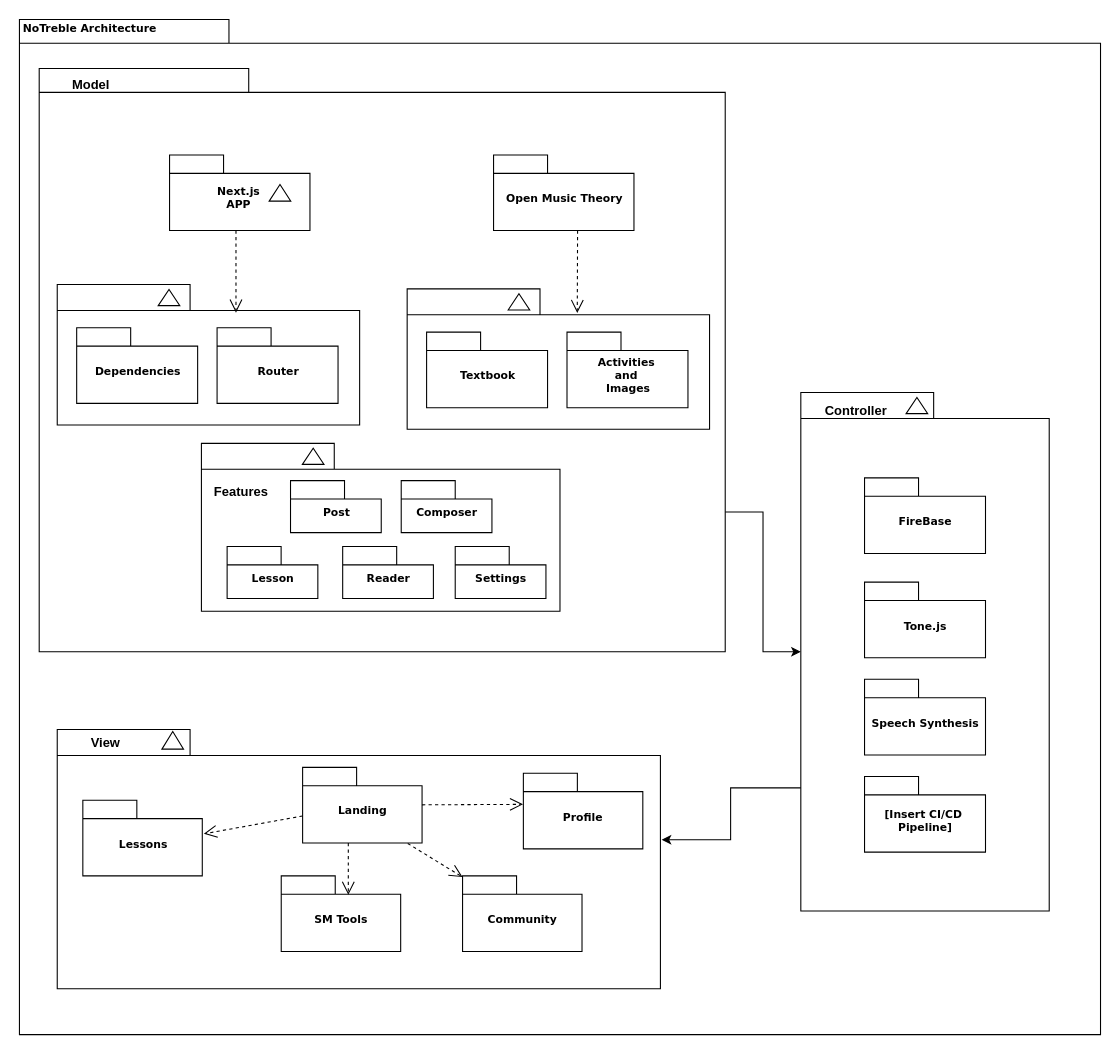
Before: uml_diagrams/Website Architecture Diagram.drawio in simchildress/NoTrebleTesting, a draw.io diagram. Source tidied: cells renumbered, new cells numbered last; positions are measured from the earlier drawing's top-left corner, leaving out a move shared by most shapes. Both pictures are drawn from the tidied source at 108%, with x=0, y=0 at pixel (18, 18).
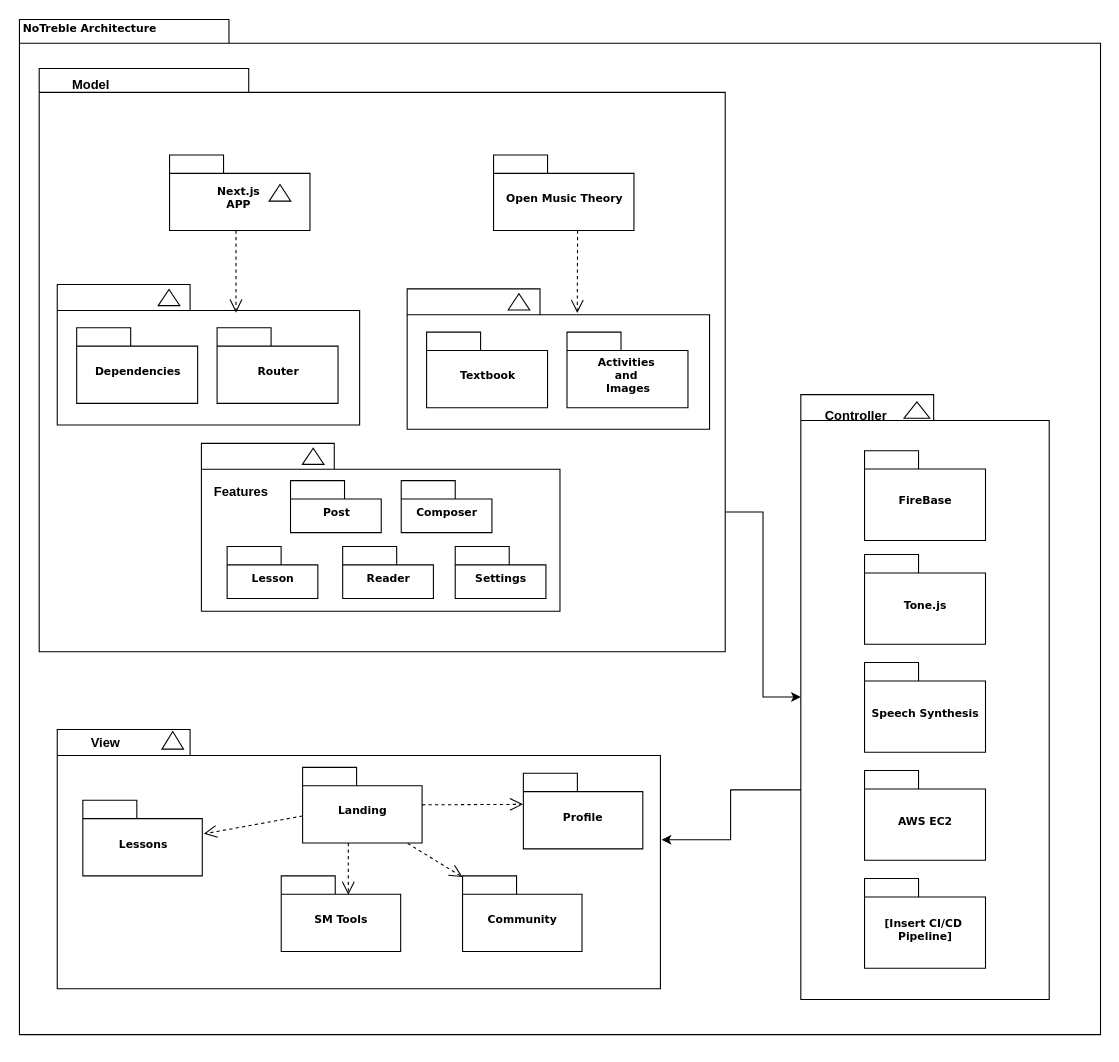
Above is the later version.

What changed in the source:
```diff
@@
     <mxCell id="31" style="group;" parent="1" vertex="1">
-      <mxGeometry x="724" y="346" width="230" height="480" as="geometry" />
+      <mxGeometry x="724" y="356" width="230" height="570" as="geometry" />
     </mxCell>
     <mxCell id="32" style="group;" parent="31" vertex="1">
-      <mxGeometry width="230" height="480" as="geometry" />
+      <mxGeometry y="-8.1" width="230" height="570" as="geometry" />
     </mxCell>
     <mxCell id="33" style="shape=folder;fontStyle=1;spacingTop=10;tabWidth=123;tabHeight=24;tabPosition=left;html=1;rounded=0;shadow=0;comic=0;labelBackgroundColor=none;strokeWidth=1;fontFamily=Verdana;fontSize=10;align=center;" parent="32" vertex="1">
-      <mxGeometry width="230" height="480" as="geometry" />
+      <mxGeometry width="230" height="560" as="geometry" />
     </mxCell>
     <mxCell id="34" style="triangle;whiteSpace=wrap;html=1;rounded=0;shadow=0;comic=0;labelBackgroundColor=none;strokeWidth=1;fontFamily=Verdana;fontSize=10;align=center;rotation=-90;" parent="32" vertex="1">
-      <mxGeometry x="100" y="2" width="15" height="20" as="geometry" />
+      <mxGeometry x="100" y="2.4" width="15" height="23.8" as="geometry" />
     </mxCell>
     <mxCell id="35" value="FireBase" style="shape=folder;fontStyle=1;spacingTop=10;tabWidth=50;tabHeight=17;tabPosition=left;html=1;rounded=0;shadow=0;comic=0;labelBackgroundColor=none;strokeWidth=1;fontFamily=Verdana;fontSize=10;align=center;" parent="32" vertex="1">
-      <mxGeometry x="59" y="79" width="112" height="70" as="geometry" />
+      <mxGeometry x="59" y="51.9" width="112" height="83.1" as="geometry" />
     </mxCell>
     <mxCell id="36" value="Tone.js" style="shape=folder;fontStyle=1;spacingTop=10;tabWidth=50;tabHeight=17;tabPosition=left;html=1;rounded=0;shadow=0;comic=0;labelBackgroundColor=none;strokeWidth=1;fontFamily=Verdana;fontSize=10;align=center;" parent="32" vertex="1">
-      <mxGeometry x="59" y="175.5" width="112" height="70" as="geometry" />
+      <mxGeometry x="59" y="148.1" width="112" height="83.1" as="geometry" />
     </mxCell>
     <mxCell id="37" value="Speech Synthesis" style="shape=folder;fontStyle=1;spacingTop=10;tabWidth=50;tabHeight=17;tabPosition=left;html=1;rounded=0;shadow=0;comic=0;labelBackgroundColor=none;strokeWidth=1;fontFamily=Verdana;fontSize=10;align=center;" parent="32" vertex="1">
-      <mxGeometry x="59" y="265.5" width="112" height="70" as="geometry" />
+      <mxGeometry x="59" y="248.1" width="112" height="83.1" as="geometry" />
     </mxCell>
     <mxCell id="38" value="[Insert CI/CD&amp;nbsp;&lt;div&gt;Pipeline]&lt;/div&gt;" style="shape=folder;fontStyle=1;spacingTop=10;tabWidth=50;tabHeight=17;tabPosition=left;html=1;rounded=0;shadow=0;comic=0;labelBackgroundColor=none;strokeWidth=1;fontFamily=Verdana;fontSize=10;align=center;" parent="32" vertex="1">
-      <mxGeometry x="59" y="355.5" width="112" height="70" as="geometry" />
+      <mxGeometry x="59" y="448.1" width="112" height="83.1" as="geometry" />
     </mxCell>
     <mxCell id="39" value="&lt;div&gt;&lt;b style=&quot;background-color: transparent; color: light-dark(rgb(0, 0, 0), rgb(255, 255, 255));&quot;&gt;Controller&amp;nbsp;&lt;/b&gt;&lt;/div&gt;" style="text;html=1;align=center;verticalAlign=middle;whiteSpace=wrap;rounded=0;" parent="32" vertex="1">
-      <mxGeometry x="4.5" y="2" width="95.5" height="30" as="geometry" />
+      <mxGeometry x="4.5" y="2.4" width="95.5" height="35.6" as="geometry" />
     </mxCell>
+    <mxCell id="57" value="AWS EC2" style="shape=folder;fontStyle=1;spacingTop=10;tabWidth=50;tabHeight=17;tabPosition=left;html=1;rounded=0;shadow=0;comic=0;labelBackgroundColor=none;strokeWidth=1;fontFamily=Verdana;fontSize=10;align=center;" parent="32" vertex="1">
+      <mxGeometry x="59" y="348.1" width="112" height="83.1" as="geometry" />
+    </mxCell>
```
